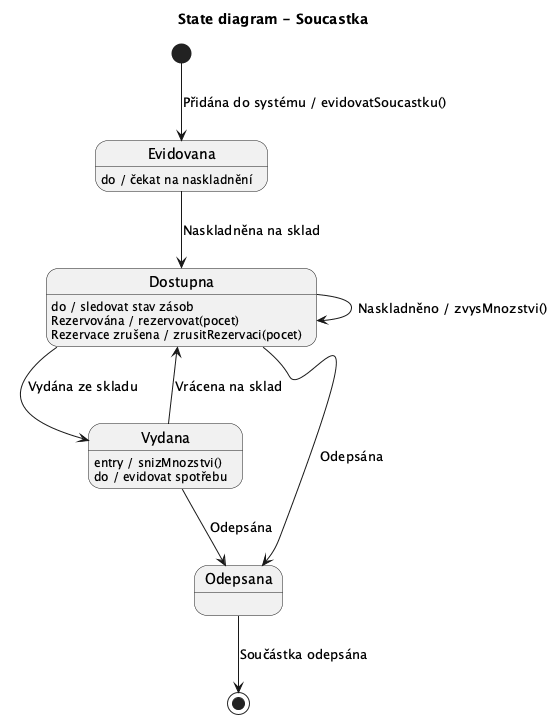
The PlantUML diagram docs/images/10_state_soucastka_projekt.png in lkvapil/wms-elektronicke-soucastky, before a commit.
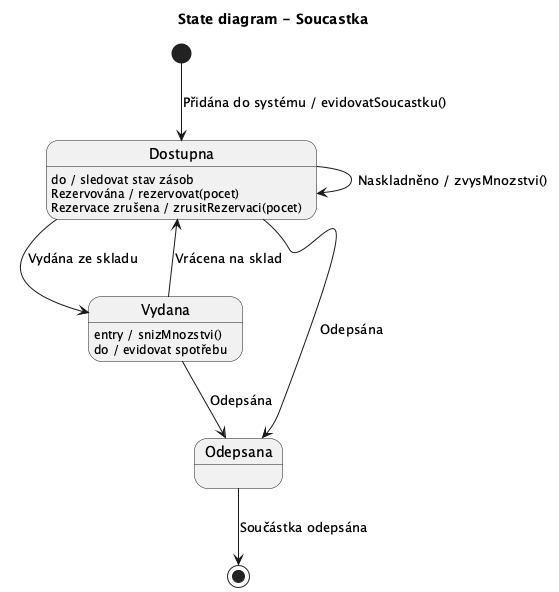
Above is the later version.

Commit message:
Soucastka – odstraněn stav Evidovana, počáteční stav je Dostupna

The edit, as a diff of the source:
```diff
@@ -3,10 +3,7 @@
 title State diagram - Soucastka
 
 
-[*] --> Evidovana : Přidána do systému / evidovatSoucastku()
-
-Evidovana : do / čekat na naskladnění
-Evidovana --> Dostupna : Naskladněna na sklad
+[*] --> Dostupna : Přidána do systému / evidovatSoucastku()
 
 Dostupna : do / sledovat stav zásob
 Dostupna : Rezervována / rezervovat(pocet)
```
